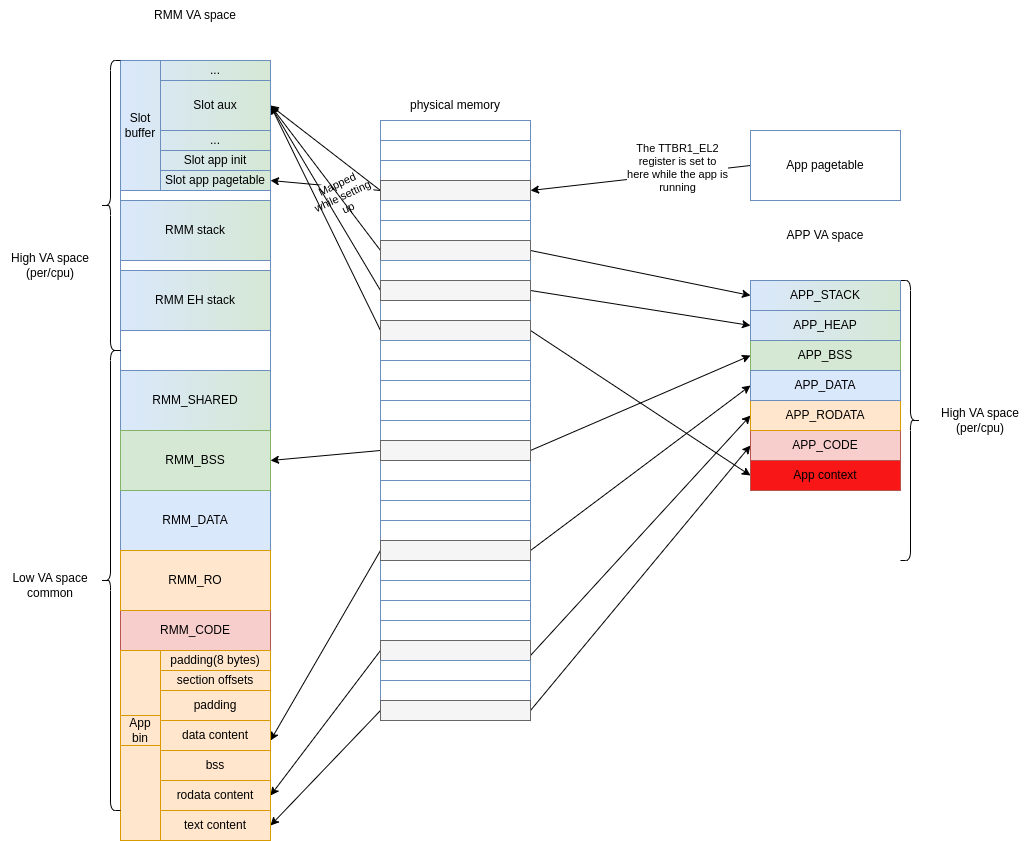
TF-RMM/tf-rmm keeps this draw.io diagram as docs/design/diagrams/rmm_app_memory_aux.drawio.png. Above is the earlier version. Source tidied: cells renumbered, new cells last; positions are measured from the earlier drawing's top-left corner, leaving out a move shared by most shapes.
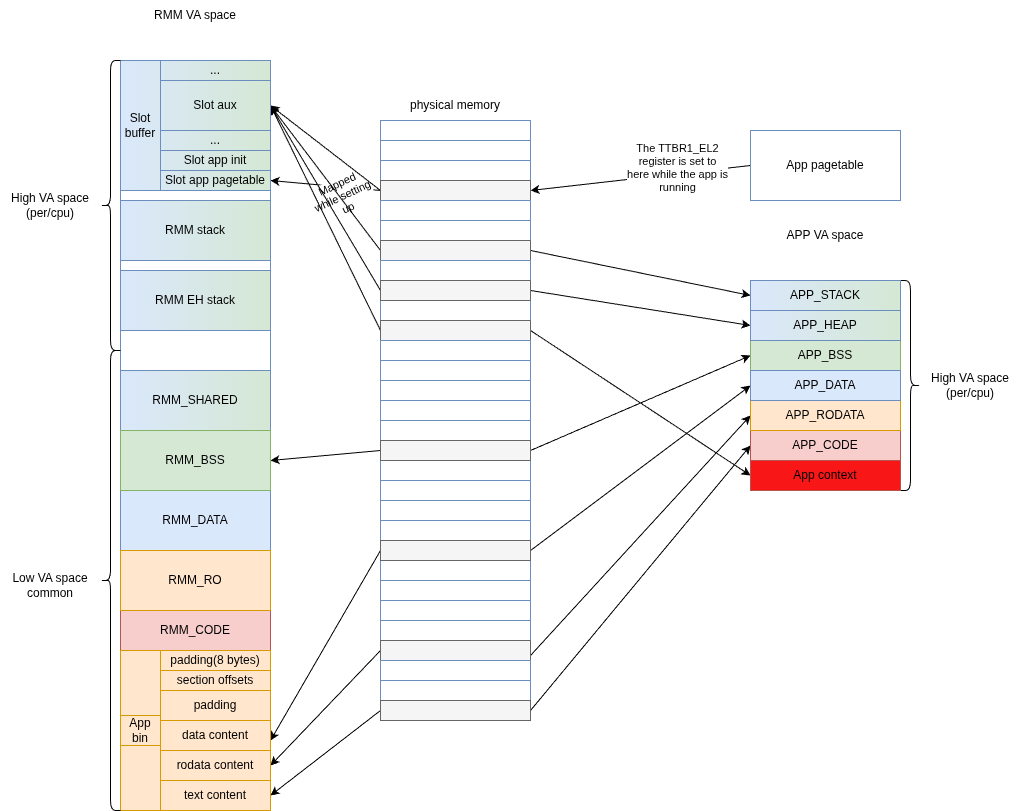
After the change.

Commit message:
fix(docs): remove bss from app image in app memory diagram

Remove the .bss section from the EL0 app memory mappings diagram, as
that section is not present in the app image, so it is also not present
in the RMM low VA space.

The commit also fixes alignment of app "High VA space (per/cpu)" label.

Diff of the diagram source:
```diff
@@ -86,7 +86,7 @@
       <mxGeometry x="120" y="370" width="150" height="60" as="geometry" />
     </mxCell>
     <mxCell id="27" style="rounded=0;whiteSpace=wrap;html=1;fillColor=#ffe6cc;strokeColor=#d79b00;" parent="21" vertex="1">
-      <mxGeometry x="120" y="650" width="150" height="190" as="geometry" />
+      <mxGeometry x="120" y="650" width="150" height="160" as="geometry" />
     </mxCell>
     <mxCell id="28" style="rounded=0;whiteSpace=wrap;html=1;fillColor=#dae8fc;strokeColor=#6c8ebf;fillStyle=solid;gradientDirection=east;gradientColor=#d5e8d4;" parent="21" vertex="1">
       <mxGeometry x="120" y="60" width="150" height="130" as="geometry" />
@@ -113,7 +113,7 @@
       <mxGeometry x="100" y="350" width="20" height="460" as="geometry" />
     </mxCell>
     <mxCell id="36" value="High VA space&lt;div&gt;(per/cpu)&lt;/div&gt;" style="text;html=1;align=center;verticalAlign=middle;whiteSpace=wrap;rounded=0;" parent="21" vertex="1">
-      <mxGeometry y="250" width="100" height="30" as="geometry" />
+      <mxGeometry y="190" width="100" height="30" as="geometry" />
     </mxCell>
     <mxCell id="37" value="Low VA space&lt;div&gt;common&lt;/div&gt;" style="text;html=1;align=center;verticalAlign=middle;whiteSpace=wrap;rounded=0;" parent="21" vertex="1">
       <mxGeometry y="570" width="100" height="30" as="geometry" />
@@ -215,13 +215,13 @@
       <mxGeometry x="380" y="700" width="150" height="20" as="geometry" />
     </mxCell>
     <mxCell id="70" value="text content" style="rounded=0;whiteSpace=wrap;html=1;fillColor=#ffe6cc;strokeColor=#d79b00;" parent="21" vertex="1">
-      <mxGeometry x="160" y="810" width="110" height="30" as="geometry" />
+      <mxGeometry x="160" y="780" width="110" height="30" as="geometry" />
     </mxCell>
     <mxCell id="71" value="data content" style="rounded=0;whiteSpace=wrap;html=1;fillColor=#ffe6cc;strokeColor=#d79b00;" parent="21" vertex="1">
       <mxGeometry x="160" y="720" width="110" height="30" as="geometry" />
     </mxCell>
     <mxCell id="72" value="rodata content" style="rounded=0;whiteSpace=wrap;html=1;fillColor=#ffe6cc;strokeColor=#d79b00;" parent="21" vertex="1">
-      <mxGeometry x="160" y="780" width="110" height="30" as="geometry" />
+      <mxGeometry x="160" y="750" width="110" height="30" as="geometry" />
     </mxCell>
     <mxCell id="73" value="padding" style="rounded=0;whiteSpace=wrap;html=1;fillColor=#ffe6cc;strokeColor=#d79b00;" parent="21" vertex="1">
       <mxGeometry x="160" y="690" width="110" height="30" as="geometry" />
@@ -248,10 +248,10 @@
       <mxGeometry x="750" y="220" width="150" height="30" as="geometry" />
     </mxCell>
     <mxCell id="81" style="shape=curlyBracket;whiteSpace=wrap;html=1;rounded=1;flipH=1;labelPosition=right;verticalLabelPosition=middle;align=left;verticalAlign=middle;" parent="21" vertex="1">
-      <mxGeometry x="900" y="280" width="20" height="280" as="geometry" />
+      <mxGeometry x="900" y="280" width="20" height="210" as="geometry" />
     </mxCell>
     <mxCell id="82" value="High VA space&lt;div&gt;(per/cpu)&lt;/div&gt;" style="text;html=1;align=center;verticalAlign=middle;whiteSpace=wrap;rounded=0;" parent="21" vertex="1">
-      <mxGeometry x="930" y="405" width="100" height="30" as="geometry" />
+      <mxGeometry x="920" y="370" width="100" height="30" as="geometry" />
     </mxCell>
     <mxCell id="83" value="App context" style="rounded=0;whiteSpace=wrap;html=1;fillColor=#F81616;strokeColor=#b85450;" parent="21" vertex="1">
       <mxGeometry x="750" y="460" width="150" height="30" as="geometry" />
@@ -259,9 +259,6 @@
     <mxCell id="84" value="App pagetable" style="rounded=0;whiteSpace=wrap;html=1;fillColor=none;strokeColor=#6c8ebf;fillStyle=solid;gradientDirection=east;gradientColor=#d5e8d4;" parent="21" vertex="1">
       <mxGeometry x="750" y="130" width="150" height="70" as="geometry" />
     </mxCell>
-    <mxCell id="85" value="bss" style="rounded=0;whiteSpace=wrap;html=1;fillColor=#ffe6cc;strokeColor=#d79b00;" parent="21" vertex="1">
-      <mxGeometry x="160" y="750" width="110" height="30" as="geometry" />
-    </mxCell>
     <mxCell id="86" value="RMM_BSS" style="rounded=0;whiteSpace=wrap;html=1;fillColor=#d5e8d4;strokeColor=#82b366;fillStyle=solid;gradientDirection=east;" parent="21" vertex="1">
       <mxGeometry x="120" y="430" width="150" height="60" as="geometry" />
     </mxCell>
```
